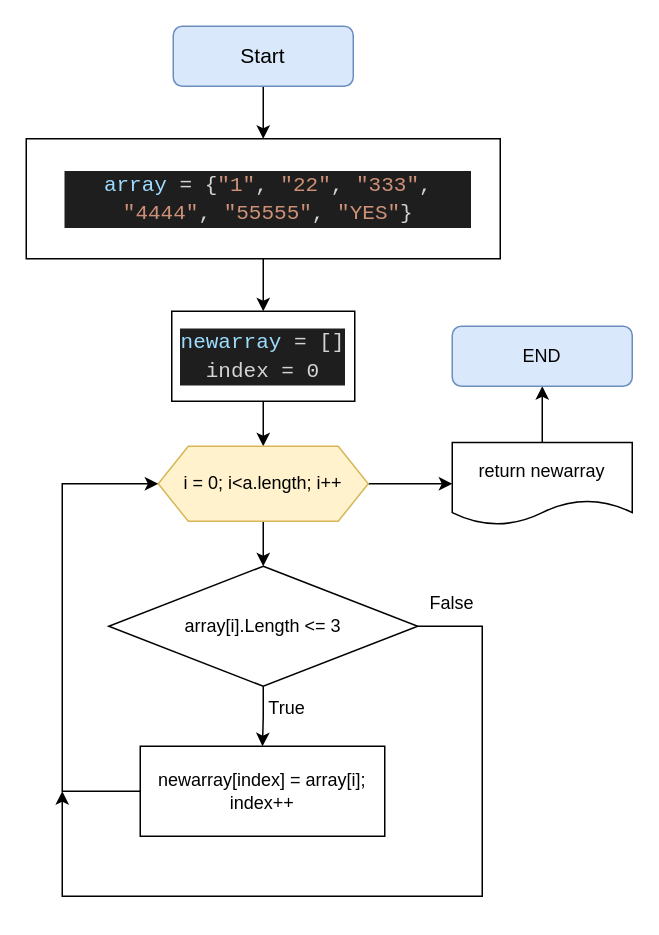
Earlier version of the draw.io diagram Block Schem.drawio (ArHises/Basic_Info_Final_Project). Source tidied: cells renumbered, new cells numbered last; positions are measured from the earlier drawing's top-left corner, leaving out a move shared by most shapes. Both pictures are drawn from the tidied source at 150%, with x=0, y=0 at pixel (26, 26).
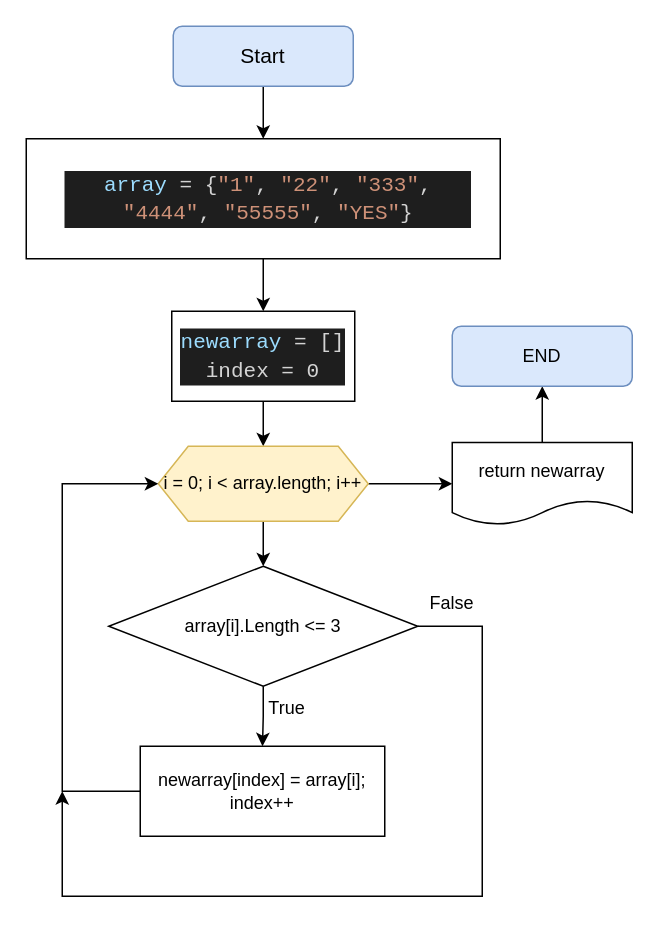
Above is the later version.

Commit message (it also covers changes not shown here):
Block Schem updated

The edit, as a diff of the source:
```diff
@@
-    <mxCell id="14" value="i = 0; i&amp;lt;a.length; i++" style="shape=hexagon;perimeter=hexagonPerimeter2;whiteSpace=wrap;html=1;fixedSize=1;fillColor=#fff2cc;strokeColor=#d6b656;" parent="1" vertex="1">
+    <mxCell id="14" value="i = 0; i &amp;lt; array.length; i++" style="shape=hexagon;perimeter=hexagonPerimeter2;whiteSpace=wrap;html=1;fixedSize=1;fillColor=#fff2cc;strokeColor=#d6b656;" parent="1" vertex="1">
       <mxGeometry x="88" y="280" width="140" height="50" as="geometry" />
     </mxCell>
```
